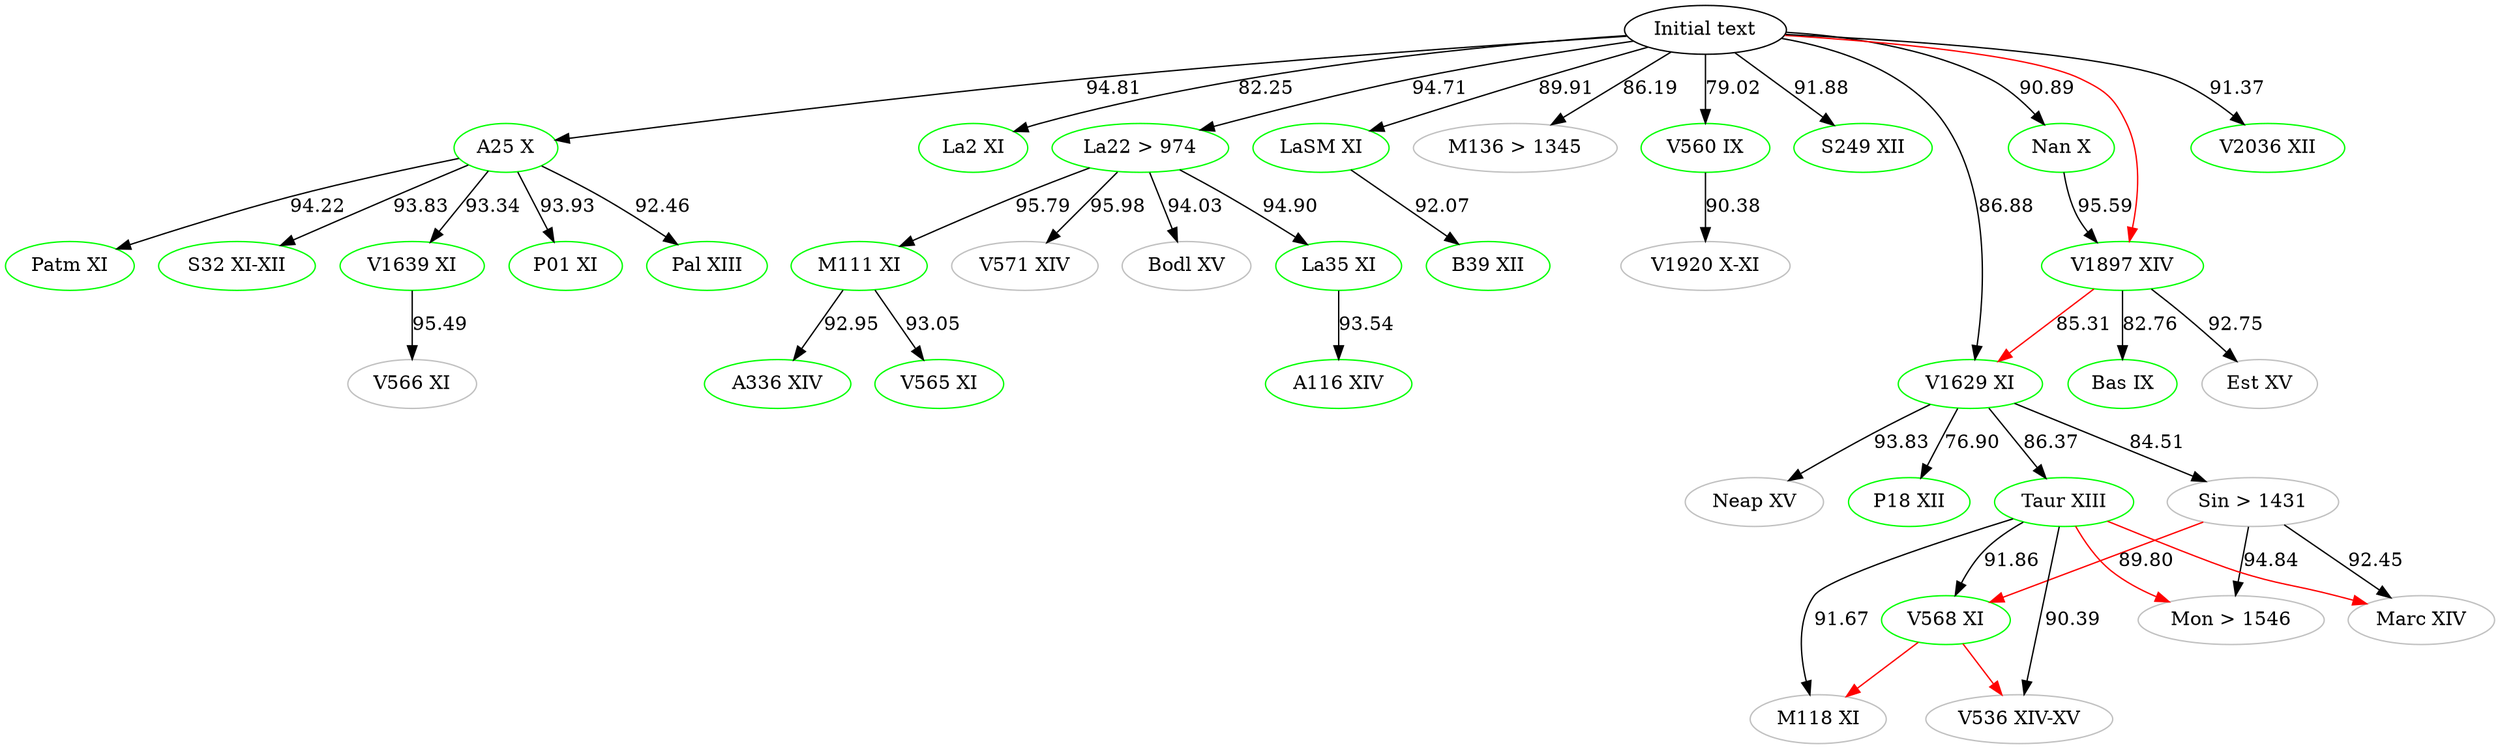
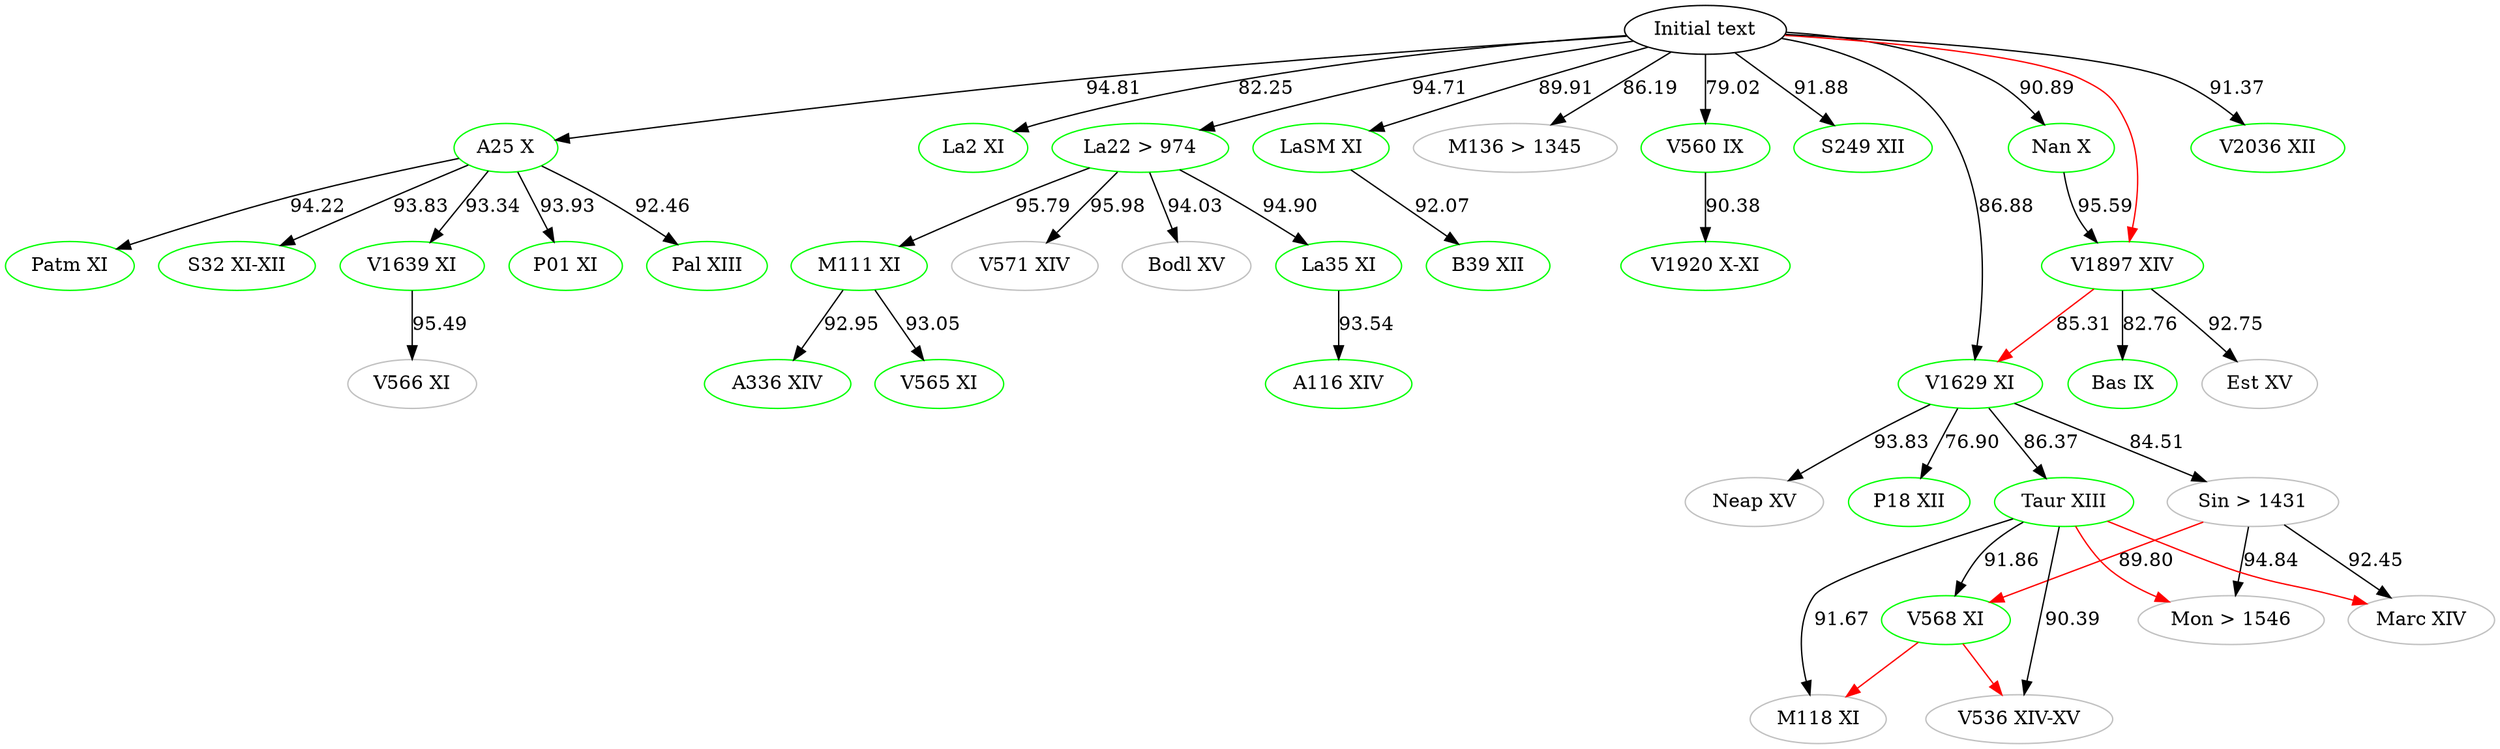
digraph {

    #Top [color="black", label="ω"]
    aBase [color="black", label="Initial text"]
    # Top [color="black", label="Initial text"]
	A116 [label="A116 XIV", color="green"]
	A25 [label="A25 X", color="green"]
	A336 [label="A336 XIV", color="green"]
	B39 [label="B39 XII", color="green"]
	Bas [label="Bas IX", color="green"]
	Bodl [label="Bodl XV", color="grey"]
	Est [label="Est XV", color="grey"]
	La2 [label="La2 XI", color="green"]
	La22 [label="La22 > 974", color="green"]
	La35 [label="La35 XI", color="green"]
	LaSM [label="LaSM XI", color="green"]
	M111 [label="M111 XI", color="green"]
    M118 [label="M118 XI", color="grey"]
    M136 [label="M136 > 1345", color="grey"]
    Marc [label="Marc XIV", color="grey"]
    Mon [label="Mon > 1546", color="grey"]
	Nan [label="Nan X", color="green"]
    Neap [label="Neap XV", color="grey"]
    P01 [label="P01 XI", color="green"]
    P18 [label="P18 XII", color="green"]
	Pal [label="Pal XIII", color="green"]
	Patm [label="Patm XI", color="green"]
    Sin [label="Sin > 1431", color="grey"]
	S32 [label="S32 XI-XII", color="green"]
    S249 [label="S249 XII", color="green"]
    Taur [label="Taur XIII", color="green"]
    V536 [label="V536 XIV-XV", color="grey"]
	V560 [label="V560 IX", color="green"]
	V565 [label="V565 XI", color="green"]
	V566 [label="V566 XI", color="grey"]
	V568 [label="V568 XI", color="green"]
	V571 [label="V571 XIV", color="grey"]
    V1629 [label="V1629 XI", color="green"]
	V1639 [label="V1639 XI", color="green"]
	V1897 [label="V1897 XIV", color="green"]
- 	V1920 [label="V1920 X-XI", color="grey"]
+ 	V1920 [label="V1920 X-XI", color="green"]
    V2036 [label="V2036 XII", color="green"]




    #Top -> aBase
    aBase -> A25 [label="94.81"]
    aBase -> M136 [label="86.19"]
    aBase -> V2036 [label="91.37"]
    # V2036 -> Patm [label="91.14", color="blue"]
    aBase -> V1629 [label="86.88"]
    aBase -> V560[label="79.02"]
    aBase -> La2 [label="82.25"]
    aBase -> S249 [label="91.88"]
    aBase -> LaSM [label="89.91"]
	aBase -> La22 [label="94.71"]
    aBase -> Nan [label="90.89"]

	# A25 -> M136 [label="85.50"]
    # M136 -> A25 [label="85.50" color="blue"]
	A25 -> Pal [label="92.46"]
	A25 -> P01 [label="93.93"]
    A25 -> V1639 [label="93.34"]
    A25 -> S32 [label="93.83"]
    A25 -> Patm [label="94.22"]

    #A25 -> La2 [color="red"]
    #A25 -> V566[color="red"]
    #A25 -> LaSM[color="red"]
    #A25 -> La22[color="red"]
    #A25 -> M136[color="red"]
    #A25 -> Nan[color="red"]
    #A25 -> S249[color="red"]
    #A25 -> V2036[color="red"]

    #aBase -> P01 [color="red"]
    #aBase -> Pal [color="red"]
    #aBase -> Patm [color="red"]
    #aBase -> La35[color="red"]
    #aBase -> B39[color="red"]
    #aBase -> V1920[color="red"]
    aBase -> V1897[color="red"]
    #aBase -> Neap[color="red"]

    #Bodl -> V1639[color="red"]
    #Patm -> S32[color="red"]
    #Patm -> V560[color="red"]

    #La22 -> A116[color="red"]
    #La22 -> V565[color="red"]
    #La22 -> A336[color="red"]

    Taur -> Mon[color="red"]
    Taur -> Marc[color="red"]

    Sin -> V568[label="89.80" color="red"]

    V568 -> V536[color="red"]
    V568 -> M118[color="red"]

    #V571 -> Bodl[color="red"]
    #M111 -> V571[color="red"]
    #La35 -> M111[color="red"]
    V1897 -> V1629[label="85.31" color="red"]
    #Nan -> Bas[color="red"]
    #Nan -> Est[color="red"]
    #Neap -> Taur[color="red"]
    #Neap -> Sin[color="red"]
   #Neap -> P18[color="red"]




	V1639 -> V566 [label="95.49"]

	La22 -> La35 [label= "94.90"]
	La22 -> M111 [label="95.79"]
	La22 -> Bodl [label="94.03"]
    La22 -> V571 [label="95.98"]

	La35 -> A116 [label="93.54"]

	M111 -> V565 [label="93.05"]
	M111 -> A336 [label="92.95"]



	Sin -> Marc [label="92.45"]

	V1629 -> Neap [label="93.83"]
	V1629 -> Sin [label="84.51"]
	V1629 -> Taur [label="86.37"]
    V1629 -> P18 [label="76.90"]

	Taur -> V568 [label="91.86"]
	Taur -> M118 [label="91.67"]
	Taur -> V536 [label="90.39"]
    # Taur -> Marc [color="blue" label="91.96"]
    # Marc -> Mon [color="blue" label="94.12"]
	Sin -> Mon [label="94.84"]

	V560 -> V1920 [label="90.38"]

	V1897 -> Est [label="92.75"]
    V1897 -> Bas [label="82.76"]

    Nan -> V1897 [label="95.59"]



    LaSM -> B39 [label="92.07"]



}

